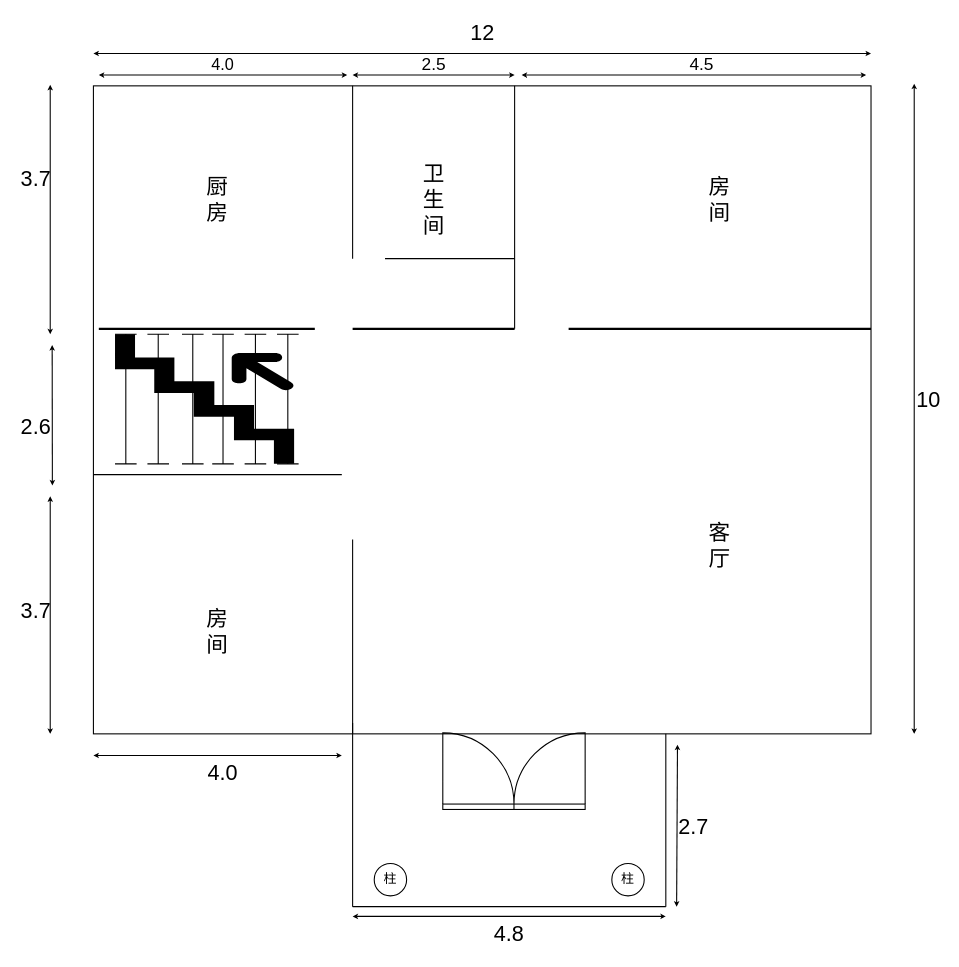
sunplanter/DSA keeps this draw.io diagram as 框架.drawio. Above is the earlier version. Source tidied: cells renumbered, new cells numbered last; positions are measured from the earlier drawing's top-left corner, leaving out a move shared by most shapes. Both pictures are drawn from the tidied source at 108%, with x=0, y=0 at pixel (18, 21).
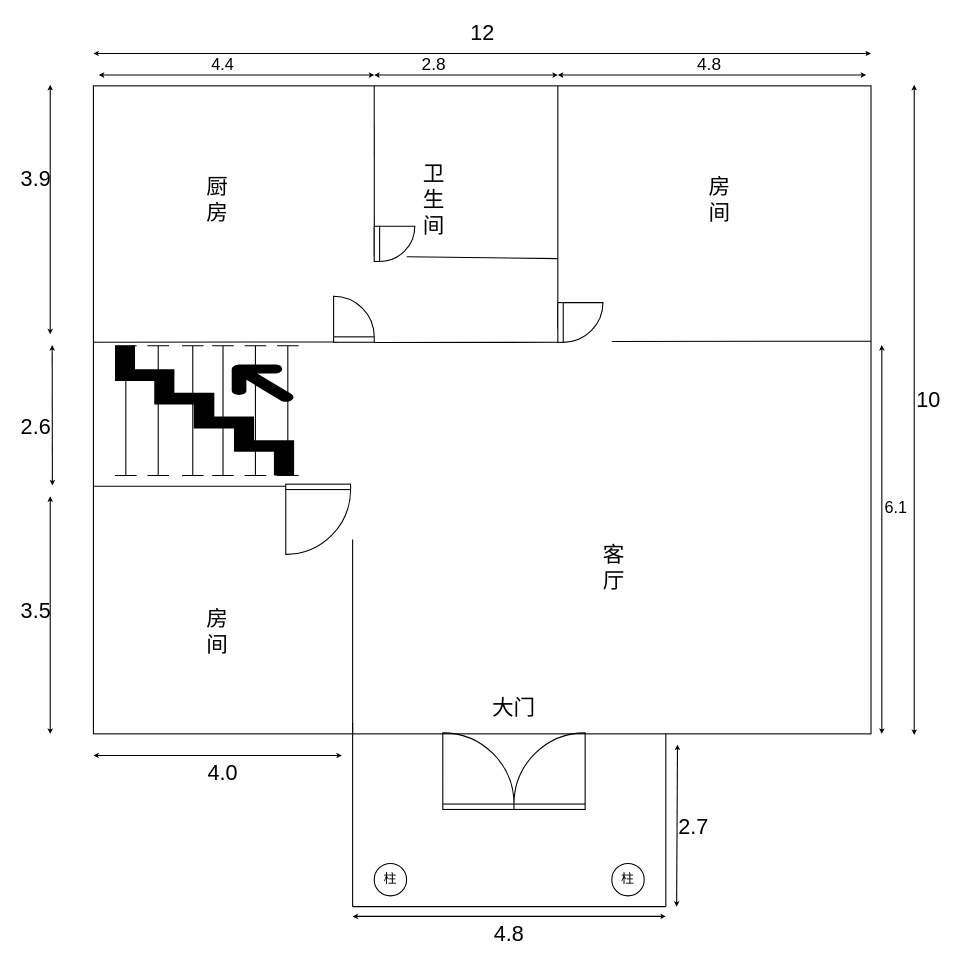
After the change.

The edit, as a diff of the source:
```diff
@@
     <mxCell id="4" style="endArrow=classic;startArrow=classic;html=1;rounded=0;startSize=2;endSize=2;" parent="1" edge="1">
       <mxGeometry relative="1" as="geometry">
-        <mxPoint x="829" y="660" as="sourcePoint" />
-        <mxPoint x="829" y="58" as="targetPoint" />
+        <mxPoint x="829" y="661" as="sourcePoint" />
+        <mxPoint x="829" y="59" as="targetPoint" />
       </mxGeometry>
     </mxCell>
@@
-    <mxCell id="7" style="line;strokeWidth=2;html=1;" parent="1" vertex="1">
-      <mxGeometry x="74" y="280" width="200" height="10" as="geometry" />
-    </mxCell>
-    <mxCell id="8" style="line;strokeWidth=2;html=1;" parent="1" vertex="1">
-      <mxGeometry x="309" y="280" width="150" height="10" as="geometry" />
-    </mxCell>
-    <mxCell id="9" style="line;strokeWidth=2;html=1;" parent="1" vertex="1">
-      <mxGeometry x="509" y="280" width="280" height="10" as="geometry" />
-    </mxCell>
@@
-    <mxCell id="11" value="&lt;span style=&quot;font-size: 20px;&quot;&gt;3.7&lt;/span&gt;" style="text;strokeColor=none;align=center;fillColor=none;html=1;verticalAlign=middle;whiteSpace=wrap;rounded=0;" parent="1" vertex="1">
+    <mxCell id="11" value="&lt;span style=&quot;font-size: 20px;&quot;&gt;3.9&lt;/span&gt;" style="text;strokeColor=none;align=center;fillColor=none;html=1;verticalAlign=middle;whiteSpace=wrap;rounded=0;" parent="1" vertex="1">
       <mxGeometry y="130" width="32" height="30" as="geometry" />
     </mxCell>
@@
-    <mxCell id="15" value="&lt;span style=&quot;font-size: 20px;&quot;&gt;3.7&lt;/span&gt;" style="text;strokeColor=none;align=center;fillColor=none;html=1;verticalAlign=middle;whiteSpace=wrap;rounded=0;" parent="1" vertex="1">
+    <mxCell id="15" value="&lt;span style=&quot;font-size: 20px;&quot;&gt;3.5&lt;/span&gt;" style="text;strokeColor=none;align=center;fillColor=none;html=1;verticalAlign=middle;whiteSpace=wrap;rounded=0;" parent="1" vertex="1">
       <mxGeometry y="530" width="32" height="30" as="geometry" />
     </mxCell>
@@
     <mxCell id="19" value="&lt;span style=&quot;font-size: 20px;&quot;&gt;客厅&lt;/span&gt;" style="text;strokeColor=none;align=center;fillColor=none;html=1;verticalAlign=middle;whiteSpace=wrap;rounded=0;" parent="1" vertex="1">
-      <mxGeometry x="636" y="460" width="26" height="50" as="geometry" />
+      <mxGeometry x="538.1" y="480" width="26" height="50" as="geometry" />
     </mxCell>
@@
-    <mxCell id="21" style="endArrow=none;html=1;rounded=0;exitX=1;exitY=0.5;exitDx=0;exitDy=0;exitPerimeter=0;" parent="1" edge="1" source="8">
+    <mxCell id="21" style="endArrow=none;html=1;rounded=0;exitX=1;exitY=0.5;exitDx=0;exitDy=0;exitPerimeter=0;" parent="1" edge="1">
       <mxGeometry relative="1" as="geometry">
-        <mxPoint x="459" y="60" as="targetPoint" />
+        <mxPoint x="499" y="285" as="sourcePoint" />
+        <mxPoint x="499" y="60" as="targetPoint" />
+        <Array as="points">
+          <mxPoint x="499" y="130" />
+        </Array>
       </mxGeometry>
     </mxCell>
-    <mxCell id="22" style="endArrow=none;html=1;rounded=0;" parent="1" edge="1">
+    <mxCell id="22" style="endArrow=none;html=1;rounded=0;exitX=-0.004;exitY=0.005;exitDx=0;exitDy=0;exitPerimeter=0;" parent="1" edge="1">
       <mxGeometry relative="1" as="geometry">
-        <mxPoint x="309" y="220" as="sourcePoint" />
-        <mxPoint x="309" y="60" as="targetPoint" />
+        <mxPoint x="329.1" y="218.2" as="sourcePoint" />
+        <mxPoint x="329" y="59.9" as="targetPoint" />
       </mxGeometry>
     </mxCell>
-    <mxCell id="23" style="endArrow=none;html=1;rounded=0;entryX=0.375;entryY=0.3;entryDx=0;entryDy=0;entryPerimeter=0;" parent="1" edge="1">
+    <mxCell id="23" style="endArrow=none;html=1;rounded=0;entryX=-0.003;entryY=1.002;entryDx=0;entryDy=0;entryPerimeter=0;" parent="1" edge="1">
       <mxGeometry relative="1" as="geometry">
-        <mxPoint x="459" y="220" as="sourcePoint" />
-        <mxPoint x="339" y="220" as="targetPoint" />
+        <mxPoint x="499" y="220" as="sourcePoint" />
+        <mxPoint x="359.1" y="218.3" as="targetPoint" />
       </mxGeometry>
     </mxCell>
     <mxCell id="24" style="endArrow=none;html=1;rounded=0;entryX=0.375;entryY=0.3;entryDx=0;entryDy=0;entryPerimeter=0;" parent="1" edge="1">
       <mxGeometry relative="1" as="geometry">
-        <mxPoint x="299" y="420" as="sourcePoint" />
-        <mxPoint x="69" y="420" as="targetPoint" />
+        <mxPoint x="299" y="430.7" as="sourcePoint" />
+        <mxPoint x="69" y="430.7" as="targetPoint" />
       </mxGeometry>
     </mxCell>
     <mxCell id="25" style="shape=crossbar;whiteSpace=wrap;html=1;rounded=1;direction=south;" parent="1" vertex="1">
-      <mxGeometry x="89" y="290" width="20" height="120" as="geometry" />
+      <mxGeometry x="89" y="300.7" width="20" height="120" as="geometry" />
     </mxCell>
     <mxCell id="26" style="shape=crossbar;whiteSpace=wrap;html=1;rounded=1;direction=south;" parent="1" vertex="1">
-      <mxGeometry x="119" y="290" width="20" height="120" as="geometry" />
+      <mxGeometry x="119" y="300.7" width="20" height="120" as="geometry" />
     </mxCell>
     <mxCell id="27" style="shape=crossbar;whiteSpace=wrap;html=1;rounded=1;direction=south;" parent="1" vertex="1">
-      <mxGeometry x="151" y="290" width="20" height="120" as="geometry" />
+      <mxGeometry x="151" y="300.7" width="20" height="120" as="geometry" />
     </mxCell>
     <mxCell id="28" style="shape=crossbar;whiteSpace=wrap;html=1;rounded=1;direction=south;" parent="1" vertex="1">
-      <mxGeometry x="179" y="290" width="20" height="120" as="geometry" />
+      <mxGeometry x="179" y="300.7" width="20" height="120" as="geometry" />
     </mxCell>
     <mxCell id="29" style="shape=crossbar;whiteSpace=wrap;html=1;rounded=1;direction=south;" parent="1" vertex="1">
-      <mxGeometry x="209" y="290" width="20" height="120" as="geometry" />
+      <mxGeometry x="209" y="300.7" width="20" height="120" as="geometry" />
     </mxCell>
     <mxCell id="30" style="shape=crossbar;whiteSpace=wrap;html=1;rounded=1;direction=south;" parent="1" vertex="1">
-      <mxGeometry x="239" y="290" width="20" height="120" as="geometry" />
+      <mxGeometry x="239" y="300.7" width="20" height="120" as="geometry" />
     </mxCell>
     <mxCell id="31" style="shape=mxgraph.signs.travel.upstairs;html=1;fillColor=#000000;strokeColor=none;verticalLabelPosition=bottom;verticalAlign=top;align=center;direction=north;" parent="1" vertex="1">
-      <mxGeometry x="89" y="290" width="170" height="120" as="geometry" />
+      <mxGeometry x="89" y="300.7" width="170" height="120" as="geometry" />
     </mxCell>
@@
     <mxCell id="44" style="endArrow=classic;startArrow=classic;html=1;rounded=0;endSize=2;startSize=2;" parent="1" edge="1">
       <mxGeometry relative="1" as="geometry">
-        <mxPoint x="465.5" y="50" as="sourcePoint" />
+        <mxPoint x="499" y="50" as="sourcePoint" />
         <mxPoint x="784.5" y="50" as="targetPoint" />
       </mxGeometry>
     </mxCell>
-    <mxCell id="45" value="&lt;font style=&quot;font-size: 16px;&quot;&gt;4.5&lt;/font&gt;" style="text;strokeColor=none;align=center;fillColor=none;html=1;verticalAlign=middle;whiteSpace=wrap;rounded=0;" parent="1" vertex="1">
-      <mxGeometry x="624" y="30" width="17" height="20" as="geometry" />
+    <mxCell id="45" value="&lt;font style=&quot;font-size: 16px;&quot;&gt;4.8&lt;/font&gt;" style="text;strokeColor=none;align=center;fillColor=none;html=1;verticalAlign=middle;whiteSpace=wrap;rounded=0;" parent="1" vertex="1">
+      <mxGeometry x="617" y="30" width="45" height="20" as="geometry" />
     </mxCell>
     <mxCell id="46" style="endArrow=classic;startArrow=classic;html=1;rounded=0;endSize=2;startSize=2;" parent="1" edge="1">
       <mxGeometry relative="1" as="geometry">
-        <mxPoint x="309" y="50" as="sourcePoint" />
-        <mxPoint x="459" y="50" as="targetPoint" />
+        <mxPoint x="329" y="50" as="sourcePoint" />
+        <mxPoint x="499" y="50" as="targetPoint" />
       </mxGeometry>
     </mxCell>
-    <mxCell id="47" value="&lt;font style=&quot;font-size: 16px;&quot;&gt;2.5&lt;/font&gt;" style="text;strokeColor=none;align=center;fillColor=none;html=1;verticalAlign=middle;whiteSpace=wrap;rounded=0;" parent="1" vertex="1">
+    <mxCell id="47" value="&lt;font style=&quot;font-size: 16px;&quot;&gt;2.8&lt;/font&gt;" style="text;strokeColor=none;align=center;fillColor=none;html=1;verticalAlign=middle;whiteSpace=wrap;rounded=0;" parent="1" vertex="1">
       <mxGeometry x="375.5" y="30" width="17" height="20" as="geometry" />
     </mxCell>
     <mxCell id="48" style="endArrow=classic;startArrow=classic;html=1;rounded=0;endSize=2;startSize=2;" parent="1" edge="1">
       <mxGeometry relative="1" as="geometry">
         <mxPoint x="74" y="50" as="sourcePoint" />
-        <mxPoint x="304" y="50" as="targetPoint" />
+        <mxPoint x="329" y="50" as="targetPoint" />
       </mxGeometry>
     </mxCell>
-    <mxCell id="49" value="&lt;font style=&quot;font-size: 15px;&quot;&gt;4.0&lt;/font&gt;" style="text;strokeColor=none;align=center;fillColor=none;html=1;verticalAlign=middle;whiteSpace=wrap;rounded=0;" parent="1" vertex="1">
+    <mxCell id="49" value="&lt;font style=&quot;font-size: 15px;&quot;&gt;4.4&lt;/font&gt;" style="text;strokeColor=none;align=center;fillColor=none;html=1;verticalAlign=middle;whiteSpace=wrap;rounded=0;" parent="1" vertex="1">
       <mxGeometry x="173" y="25" width="32" height="30" as="geometry" />
     </mxCell>
@@
+    <mxCell id="52" style="verticalLabelPosition=bottom;html=1;verticalAlign=top;align=center;shape=mxgraph.floorplan.doorLeft;direction=east;" parent="1" vertex="1">
+      <mxGeometry x="247.1" y="428.8" width="60" height="63.7" as="geometry" />
+    </mxCell>
+    <mxCell id="53" style="endArrow=none;html=1;rounded=0;" parent="1" edge="1">
+      <mxGeometry relative="1" as="geometry">
+        <mxPoint x="789" y="296.4" as="sourcePoint" />
+        <mxPoint x="549" y="296.7" as="targetPoint" />
+      </mxGeometry>
+    </mxCell>
+    <mxCell id="54" style="endArrow=none;html=1;rounded=0;exitX=0;exitY=0.068;exitDx=0;exitDy=0;exitPerimeter=0;" parent="1" edge="1">
+      <mxGeometry relative="1" as="geometry">
+        <mxPoint x="501.6" y="297.4" as="sourcePoint" />
+        <mxPoint x="329" y="297.7" as="targetPoint" />
+      </mxGeometry>
+    </mxCell>
+    <mxCell id="55" style="endArrow=none;html=1;rounded=0;entryX=0.005;entryY=1.025;entryDx=0;entryDy=0;entryPerimeter=0;exitX=0.884;exitY=0.007;exitDx=0;exitDy=0;exitPerimeter=0;" parent="1" edge="1" source="58">
+      <mxGeometry relative="1" as="geometry">
+        <mxPoint x="69" y="297.4" as="targetPoint" />
+      </mxGeometry>
+    </mxCell>
+    <mxCell id="56" style="verticalLabelPosition=bottom;html=1;verticalAlign=top;align=center;shape=mxgraph.floorplan.doorRight;direction=north;" parent="1" vertex="1">
+      <mxGeometry x="329" y="190" width="34.7" height="32.6" as="geometry" />
+    </mxCell>
+    <mxCell id="57" style="verticalLabelPosition=bottom;html=1;verticalAlign=top;align=center;shape=mxgraph.floorplan.doorRight;direction=north;" parent="1" vertex="1">
+      <mxGeometry x="499" y="260.7" width="39.1" height="36.8" as="geometry" />
+    </mxCell>
+    <mxCell id="58" style="verticalLabelPosition=bottom;html=1;verticalAlign=top;align=center;shape=mxgraph.floorplan.doorRight;direction=west;" parent="1" vertex="1">
+      <mxGeometry x="291.4" y="257.4" width="37.6" height="40" as="geometry" />
+    </mxCell>
+    <mxCell id="59" style="endArrow=classic;startArrow=classic;html=1;rounded=0;startSize=2;endSize=2;" parent="1" edge="1">
+      <mxGeometry relative="1" as="geometry">
+        <mxPoint x="799" y="660" as="sourcePoint" />
+        <mxPoint x="799" y="300" as="targetPoint" />
+      </mxGeometry>
+    </mxCell>
+    <mxCell id="60" value="&lt;font style=&quot;font-size: 15px;&quot;&gt;6.1&lt;/font&gt;" style="text;strokeColor=none;align=center;fillColor=none;html=1;verticalAlign=middle;whiteSpace=wrap;rounded=0;" parent="1" vertex="1">
+      <mxGeometry x="799" y="440" width="27" height="20" as="geometry" />
+    </mxCell>
+    <mxCell id="61" value="&lt;span style=&quot;font-size: 20px;&quot;&gt;大门&lt;/span&gt;" style="text;strokeColor=none;align=center;fillColor=none;html=1;verticalAlign=middle;whiteSpace=wrap;rounded=0;" parent="1" vertex="1">
+      <mxGeometry x="432.9" y="610" width="50.9" height="50" as="geometry" />
+    </mxCell>
```
